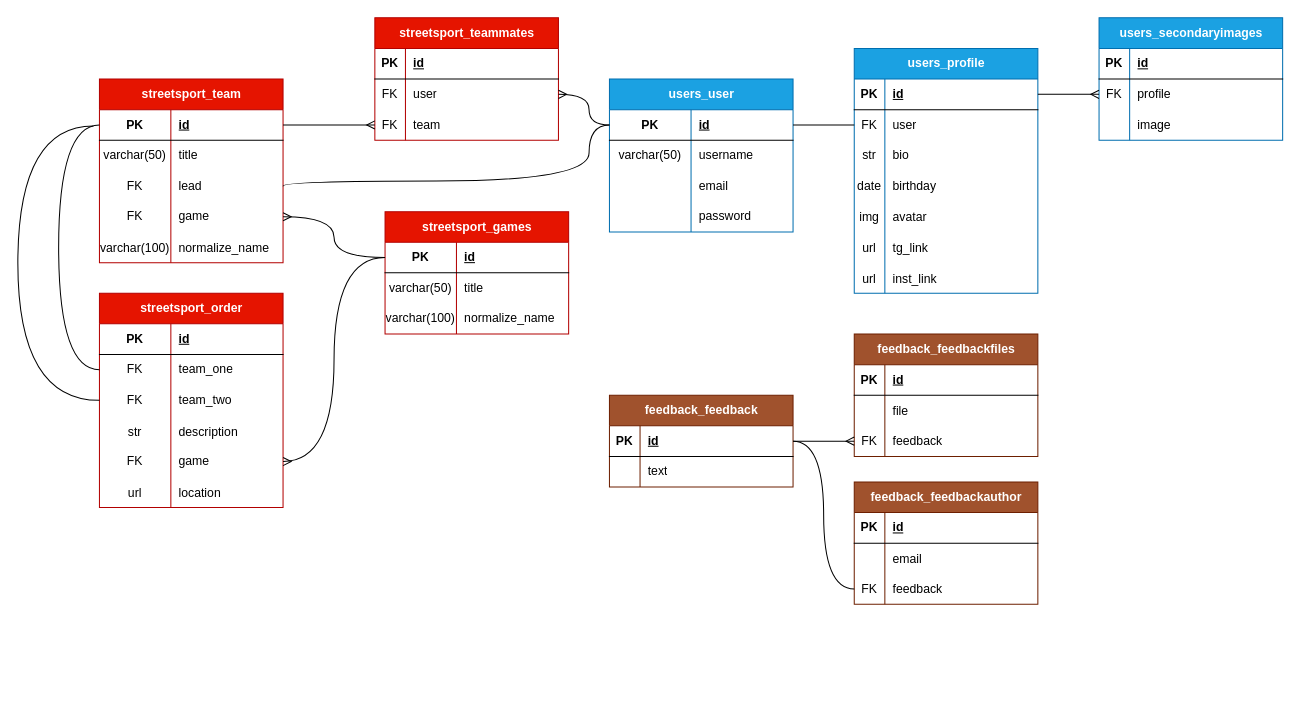
Earlier version of the draw.io diagram ER.drawio (on3ginnn/draw.io). Source tidied: cells renumbered, new cells numbered last; positions are measured from the earlier drawing's top-left corner, leaving out a move shared by most shapes. Both pictures are drawn from the tidied source at 102%, with x=0, y=0 at pixel (17, 17).
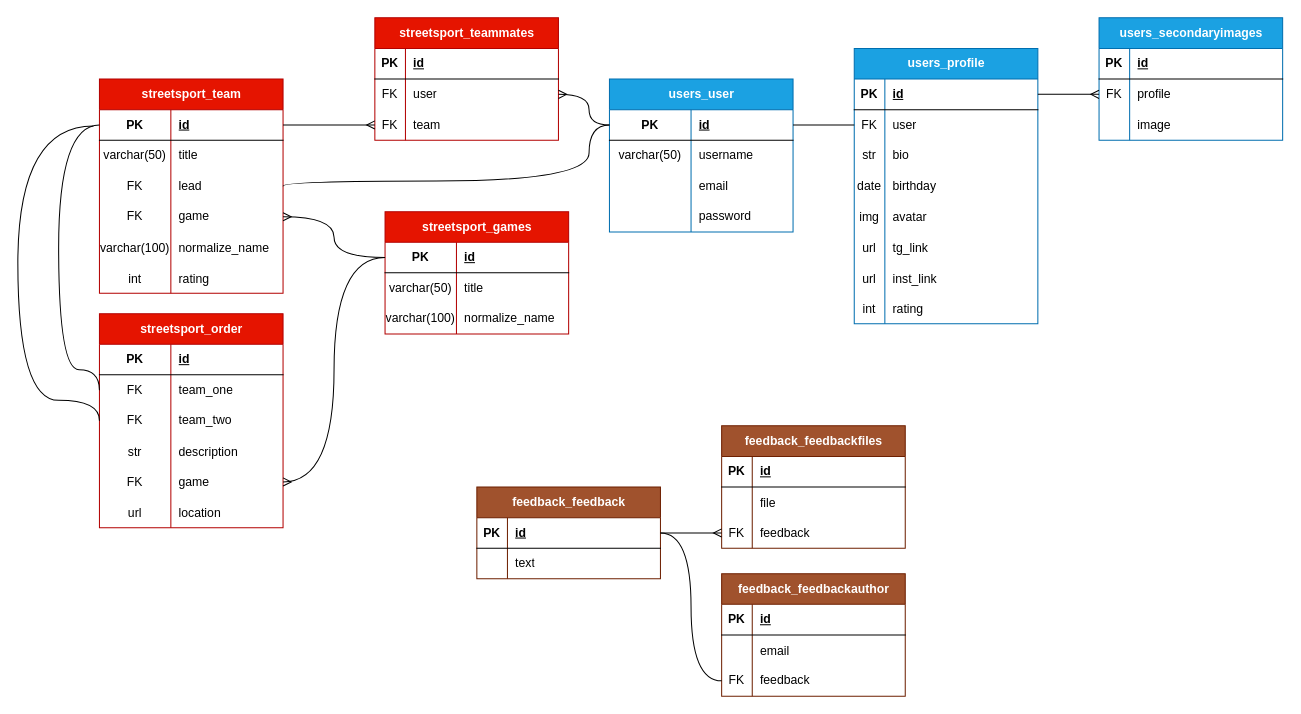
The same page after the edit.

Commit message:
feat: rating field in profile and team

The edit, as a diff of the source:
```diff
@@
     <mxCell id="15" value="users_profile" style="shape=table;startSize=30;childLayout=tableLayout;rowLines=0;fontStyle=1;align=center;html=1;fillColor=#1ba1e2;fontColor=#ffffff;strokeColor=#006EAF;rounded=0;shadow=0;swimlaneLine=1;" parent="1" vertex="1">
-      <mxGeometry x="820" y="30" width="180" height="240" as="geometry" />
+      <mxGeometry x="820" y="30" width="180" height="270" as="geometry" />
     </mxCell>
@@
+    <mxCell id="140" style="shape=tableRow;horizontal=0;startSize=0;swimlaneHead=0;swimlaneBody=0;fillColor=none;top=0;left=0;right=0;bottom=0;" parent="15" vertex="1">
+      <mxGeometry y="240" width="180" height="30" as="geometry" />
+    </mxCell>
+    <mxCell id="141" value="int" style="shape=partialRectangle;fillColor=none;top=0;left=0;bottom=0;right=0;overflow=hidden;" parent="140" vertex="1">
+      <mxGeometry width="30" height="30" as="geometry" />
+    </mxCell>
+    <mxCell id="142" value="rating" style="shape=partialRectangle;fillColor=none;top=0;left=0;bottom=0;right=0;align=left;spacingLeft=6;overflow=hidden;" parent="140" vertex="1">
+      <mxGeometry x="30" width="150" height="30" as="geometry" />
+    </mxCell>
@@
     <mxCell id="49" value="feedback_feedback" style="shape=table;startSize=30;childLayout=tableLayout;rowLines=0;fontStyle=1;align=center;html=1;fillColor=#a0522d;fontColor=#ffffff;strokeColor=#6D1F00;" parent="1" vertex="1">
-      <mxGeometry x="580" y="370" width="180" height="90" as="geometry" />
+      <mxGeometry x="450" y="460" width="180" height="90" as="geometry" />
     </mxCell>
@@
     <mxCell id="56" value="feedback_feedbackauthor" style="shape=table;startSize=30;childLayout=tableLayout;rowLines=0;fontStyle=1;align=center;html=1;fillColor=#a0522d;fontColor=#ffffff;strokeColor=#6D1F00;" parent="1" vertex="1">
-      <mxGeometry x="820" y="455" width="180" height="120" as="geometry" />
+      <mxGeometry x="690" y="545" width="180" height="120" as="geometry" />
     </mxCell>
@@
     <mxCell id="66" value="feedback_feedbackfiles" style="shape=table;startSize=30;childLayout=tableLayout;rowLines=0;fontStyle=1;align=center;html=1;fillColor=#a0522d;fontColor=#ffffff;strokeColor=#6D1F00;" parent="1" vertex="1">
-      <mxGeometry x="820" y="310" width="180" height="120" as="geometry" />
+      <mxGeometry x="690" y="400" width="180" height="120" as="geometry" />
     </mxCell>
@@
     <mxCell id="78" value="streetsport_team" style="shape=table;startSize=30;childLayout=tableLayout;rowLines=0;fontStyle=1;align=center;html=1;fillColor=#e51400;fontColor=#ffffff;strokeColor=#B20000;" parent="1" vertex="1">
-      <mxGeometry x="80" y="60" width="180" height="180" as="geometry" />
+      <mxGeometry x="80" y="60" width="180" height="210" as="geometry" />
     </mxCell>
@@
+    <mxCell id="143" style="shape=tableRow;horizontal=0;startSize=0;swimlaneHead=0;swimlaneBody=0;fillColor=none;top=0;left=0;right=0;bottom=0;" parent="78" vertex="1">
+      <mxGeometry y="180" width="180" height="30" as="geometry" />
+    </mxCell>
+    <mxCell id="144" value="int" style="shape=partialRectangle;fillColor=none;top=0;left=0;bottom=0;right=0;overflow=hidden;" parent="143" vertex="1">
+      <mxGeometry width="70" height="30" as="geometry" />
+    </mxCell>
+    <mxCell id="145" value="rating" style="shape=partialRectangle;fillColor=none;top=0;left=0;bottom=0;right=0;align=left;spacingLeft=6;overflow=hidden;" parent="143" vertex="1">
+      <mxGeometry x="70" width="110" height="30" as="geometry" />
+    </mxCell>
@@
     <mxCell id="117" value="streetsport_order" style="shape=table;startSize=30;childLayout=tableLayout;rowLines=0;fontStyle=1;align=center;html=1;fillColor=#e51400;fontColor=#ffffff;strokeColor=#B20000;" parent="1" vertex="1">
-      <mxGeometry x="80" y="270" width="180" height="210" as="geometry" />
+      <mxGeometry x="80" y="290" width="180" height="210" as="geometry" />
     </mxCell>
```
